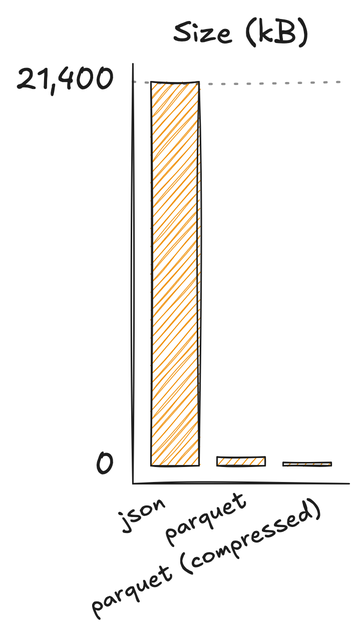
This is img/geoparquet-size-chart.excalidraw.png from gadomski/presentations, a Excalidraw export, as it was before one commit. Source tidied: one line per element, renumbered; positions are measured from the earlier drawing's top-left corner, leaving out a move shared by most shapes.
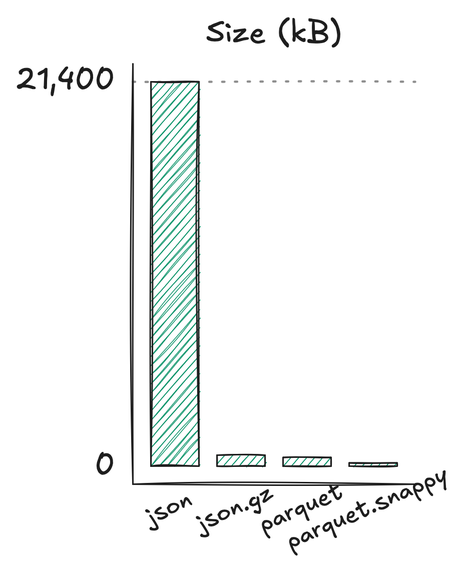
The same file after the commit.

Commit message:
feat: update size chart

The edit, as a diff of the source:
```diff
@@ -1,12 +1,14 @@
-{"id": 0, "type": "rectangle", "strokeColor": "#1e1e1e", "backgroundColor": "#f08c00", "fillStyle": "hachure", "strokeWidth": 1, "roughness": 1, "x": 90, "y": 44, "width": 32, "height": 256}
-{"id": 1, "type": "rectangle", "strokeColor": "#1e1e1e", "backgroundColor": "#f08c00", "fillStyle": "hachure", "strokeWidth": 1, "roughness": 1, "x": 134, "y": 295, "width": 32, "height": 6}
-{"id": 2, "type": "rectangle", "strokeColor": "#1e1e1e", "backgroundColor": "#f08c00", "fillStyle": "hachure", "strokeWidth": 1, "roughness": 1, "x": 178, "y": 298, "width": 32, "height": 2}
+{"id": 12, "type": "rectangle", "strokeColor": "#1e1e1e", "backgroundColor": "#099268", "fillStyle": "hachure", "strokeWidth": 1, "roughness": 1, "x": 68, "y": 44, "width": 32, "height": 256}
+{"id": 13, "type": "rectangle", "strokeColor": "#1e1e1e", "backgroundColor": "#099268", "fillStyle": "hachure", "strokeWidth": 1, "roughness": 1, "x": 112, "y": 293, "width": 32, "height": 7}
+{"id": 14, "type": "rectangle", "strokeColor": "#1e1e1e", "backgroundColor": "#099268", "fillStyle": "hachure", "strokeWidth": 1, "roughness": 1, "x": 156, "y": 295, "width": 32, "height": 6}
+{"id": 15, "type": "rectangle", "strokeColor": "#1e1e1e", "backgroundColor": "#099268", "fillStyle": "hachure", "strokeWidth": 1, "roughness": 1, "x": 200, "y": 298, "width": 32, "height": 2}
-{"id": 3, "type": "text", "text": "Size (kB)", "strokeColor": "#1e1e1e", "backgroundColor": "#f08c00", "fillStyle": "hachure", "strokeWidth": 1, "roughness": 1, "fontSize": 20, "fontFamily": 5, "textAlign": "center", "verticalAlign": "middle", "x": 105, "y": 0, "width": 91, "height": 25}
+{"id": 3, "type": "text", "text": "Size (kB)", "strokeColor": "#1e1e1e", "backgroundColor": "#099268", "fillStyle": "hachure", "strokeWidth": 1, "roughness": 1, "fontSize": 20, "fontFamily": 5, "textAlign": "center", "verticalAlign": "middle", "x": 105, "y": 0, "width": 91, "height": 25}
-{"id": 4, "type": "text", "text": "json", "strokeColor": "#1e1e1e", "angle": 5.87, "backgroundColor": "#f08c00", "fillStyle": "hachure", "strokeWidth": 1, "roughness": 1, "fontSize": 16, "fontFamily": 5, "textAlign": "center", "x": 67, "y": 320, "width": 35, "height": 20}
+{"id": 4, "type": "text", "text": "json", "strokeColor": "#1e1e1e", "angle": 5.87, "backgroundColor": "#099268", "fillStyle": "hachure", "strokeWidth": 1, "roughness": 1, "fontSize": 16, "fontFamily": 5, "textAlign": "center", "x": 63, "y": 318, "width": 35, "height": 20}
+{"id": 16, "type": "text", "text": "json.gz", "strokeColor": "#1e1e1e", "angle": 5.87, "backgroundColor": "#099268", "fillStyle": "hachure", "strokeWidth": 1, "roughness": 1, "fontSize": 16, "fontFamily": 5, "textAlign": "center", "x": 96, "y": 318, "width": 58, "height": 20}
-{"id": 5, "type": "text", "text": "parquet", "strokeColor": "#1e1e1e", "angle": 5.87, "backgroundColor": "#f08c00", "fillStyle": "hachure", "strokeWidth": 1, "roughness": 1, "fontSize": 16, "fontFamily": 5, "textAlign": "center", "x": 97, "y": 324, "width": 60, "height": 20}
+{"id": 5, "type": "text", "text": "parquet", "strokeColor": "#1e1e1e", "angle": 5.87, "backgroundColor": "#099268", "fillStyle": "hachure", "strokeWidth": 1, "roughness": 1, "fontSize": 16, "fontFamily": 5, "textAlign": "center", "x": 139, "y": 318, "width": 60, "height": 20}
-{"id": 6, "type": "text", "text": "parquet (compressed)", "strokeColor": "#1e1e1e", "angle": 5.87, "backgroundColor": "#f08c00", "fillStyle": "hachure", "strokeWidth": 1, "roughness": 1, "fontSize": 16, "fontFamily": 5, "textAlign": "center", "x": 43, "y": 352, "width": 167, "height": 20}
+{"id": 17, "type": "text", "text": "parquet.snappy", "strokeColor": "#1e1e1e", "angle": 5.87, "backgroundColor": "#099268", "fillStyle": "hachure", "strokeWidth": 1, "roughness": 1, "fontSize": 16, "fontFamily": 5, "textAlign": "center", "x": 154, "y": 318, "width": 117, "height": 20}
-{"id": 7, "type": "text", "text": "0", "strokeColor": "#1e1e1e", "backgroundColor": "#f08c00", "fillStyle": "hachure", "strokeWidth": 1, "roughness": 1, "fontSize": 20, "fontFamily": 5, "textAlign": "right", "verticalAlign": "middle", "x": 53, "y": 288, "width": 13, "height": 25}
+{"id": 7, "type": "text", "text": "0", "strokeColor": "#1e1e1e", "backgroundColor": "#099268", "fillStyle": "hachure", "strokeWidth": 1, "roughness": 1, "fontSize": 20, "fontFamily": 5, "textAlign": "right", "verticalAlign": "middle", "x": 31, "y": 288, "width": 13, "height": 25}
-{"id": 8, "type": "text", "text": "21,400", "strokeColor": "#1e1e1e", "backgroundColor": "#f08c00", "fillStyle": "hachure", "strokeWidth": 1, "roughness": 1, "fontSize": 20, "fontFamily": 5, "textAlign": "right", "verticalAlign": "middle", "x": 0, "y": 32, "width": 66, "height": 25}
+{"id": 8, "type": "text", "text": "21,400", "strokeColor": "#1e1e1e", "backgroundColor": "#099268", "fillStyle": "hachure", "strokeWidth": 1, "roughness": 1, "fontSize": 20, "fontFamily": 5, "textAlign": "right", "verticalAlign": "middle", "x": -22, "y": 32, "width": 66, "height": 25}
-{"id": 9, "type": "line", "strokeColor": "#1e1e1e", "backgroundColor": "#f08c00", "fillStyle": "hachure", "strokeWidth": 1, "roughness": 1, "x": 78, "y": 312, "width": 144, "height": 0, "points": [[0, 0], [144, 0]]}
-{"id": 10, "type": "line", "strokeColor": "#1e1e1e", "backgroundColor": "#f08c00", "fillStyle": "hachure", "strokeWidth": 1, "roughness": 1, "x": 78, "y": 312, "width": 0, "height": 280, "points": [[0, 0], [0, -280]]}
-{"id": 11, "type": "line", "strokeColor": "#1e1e1e", "backgroundColor": "#f08c00", "fillStyle": "hachure", "strokeWidth": 1, "strokeStyle": "dotted", "roughness": 1, "opacity": 50, "x": 78, "y": 44, "width": 144, "height": 0, "points": [[0, 0], [144, 0]]}
+{"id": 18, "type": "line", "strokeColor": "#1e1e1e", "backgroundColor": "#099268", "fillStyle": "hachure", "strokeWidth": 1, "roughness": 1, "x": 56, "y": 312, "width": 188, "height": 0, "points": [[0, 0], [188, 0]]}
+{"id": 19, "type": "line", "strokeColor": "#1e1e1e", "backgroundColor": "#099268", "fillStyle": "hachure", "strokeWidth": 1, "roughness": 1, "x": 56, "y": 312, "width": 0, "height": 280, "points": [[0, 0], [0, -280]]}
+{"id": 20, "type": "line", "strokeColor": "#1e1e1e", "backgroundColor": "#099268", "fillStyle": "hachure", "strokeWidth": 1, "strokeStyle": "dotted", "roughness": 1, "opacity": 50, "x": 56, "y": 44, "width": 188, "height": 0, "points": [[0, 0], [188, 0]]}
```
